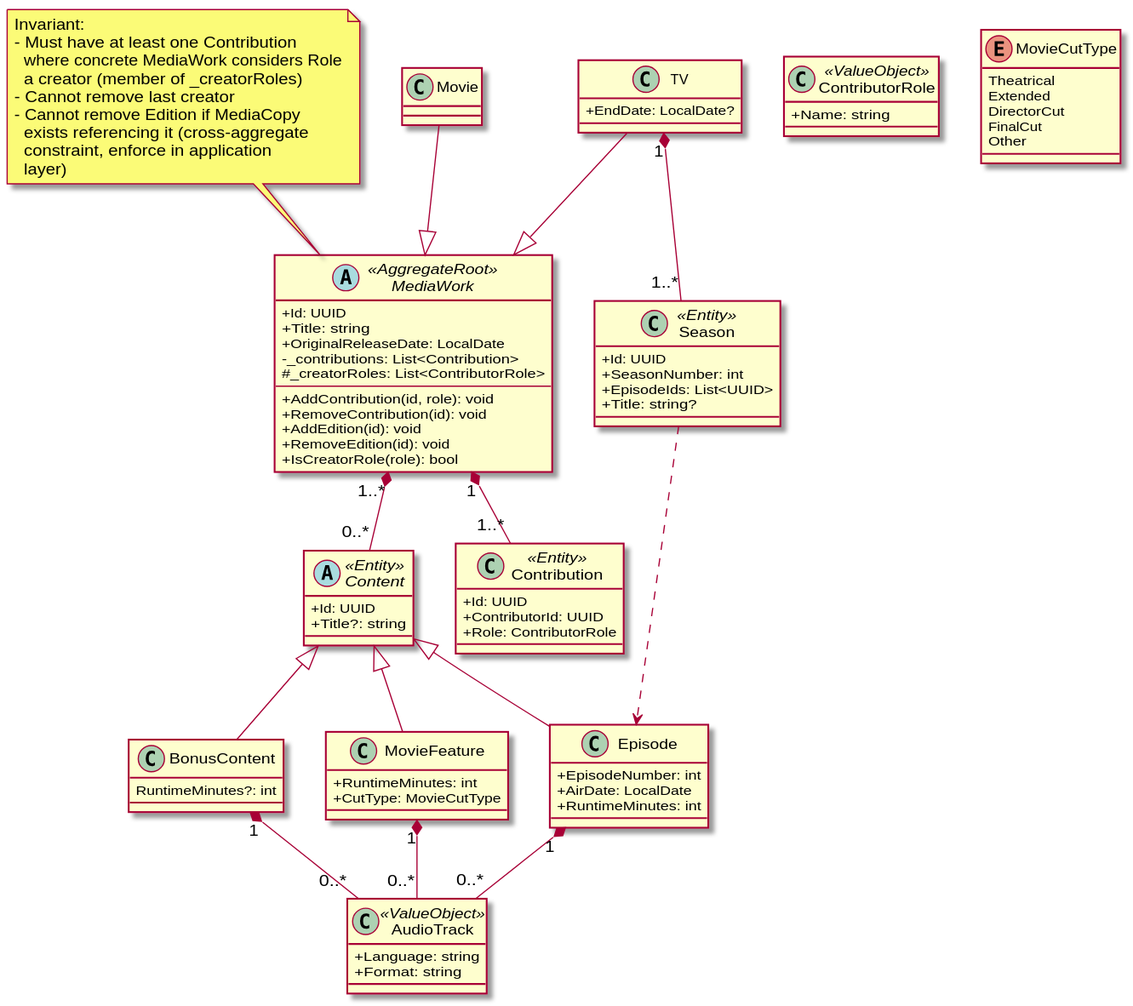
Before: docs/diagrams/domain/domain-media-work.svg, a diagram exported from PlantUML (yantue/colleq).
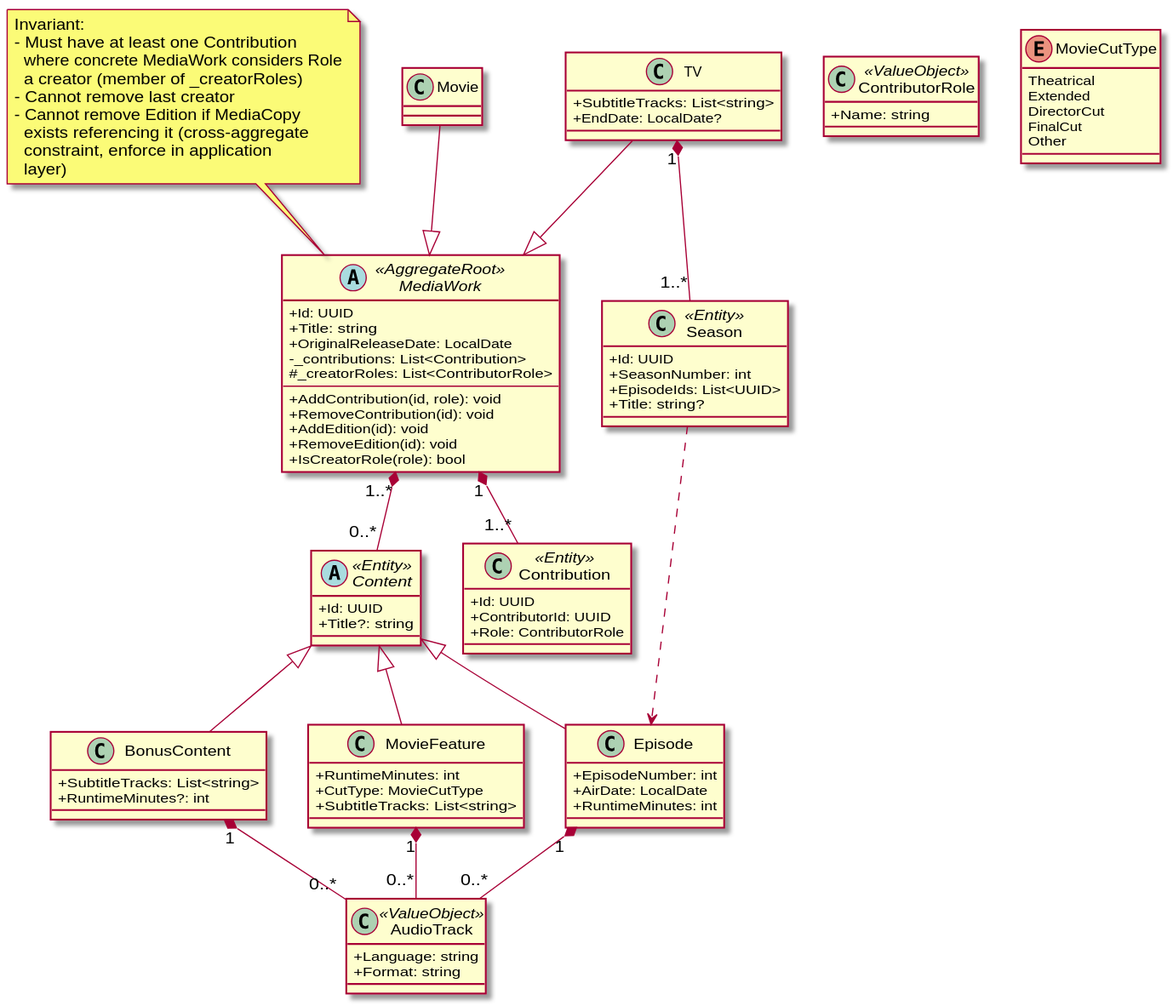
Above is the later version.

Change to the diagram source:
```diff
@@ -35,7 +35,8 @@
 MediaWork "1..*" *-- "0..*" Content
 
 class BonusContent {
-    RuntimeMinutes?: int
+    +SubtitleTracks: List<string>
+    +RuntimeMinutes?: int
 }
 
 Content <|-- BonusContent
@@ -59,6 +60,7 @@
 class MovieFeature {
     +RuntimeMinutes: int
     +CutType: MovieCutType
+    +SubtitleTracks: List<string>
 }
 
 enum MovieCutType {
@@ -72,6 +74,7 @@
 Content <|-- MovieFeature
 
 class TV {
+    +SubtitleTracks: List<string>
     +EndDate: LocalDate?
 }
 
```
